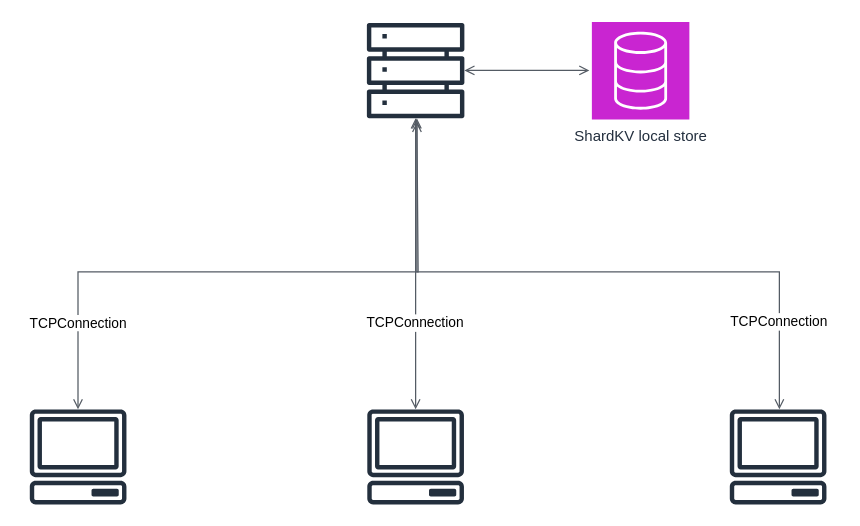
This is docs/Cluster Layout Diagram.drawio from blacknand/ShardKV, a draw.io file, before an edit. Source tidied: cells renumbered, new cells numbered last; positions are measured from the earlier drawing's top-left corner, leaving out a move shared by most shapes. Both pictures are drawn from the tidied source at 125%, with x=0, y=0 at pixel (29, 21).
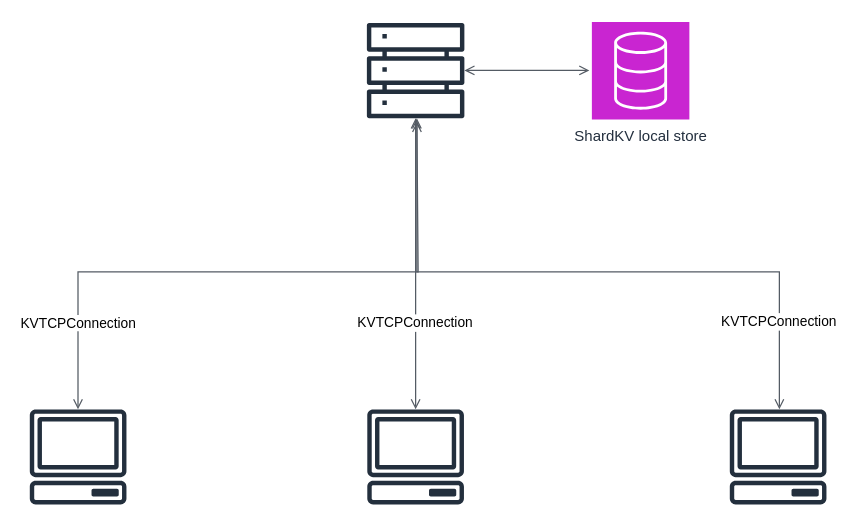
Above is the later version.

What changed in the source:
```diff
@@
 <mxGraphModel>
   <root>
     <mxCell id="0" />
     <mxCell id="1" parent="0" />
     <mxCell id="2" style="sketch=0;outlineConnect=0;fontColor=#232F3E;gradientColor=none;fillColor=#232F3D;strokeColor=none;dashed=0;verticalLabelPosition=bottom;verticalAlign=top;align=center;html=1;fontSize=12;fontStyle=0;shape=mxgraph.aws4.servers;" parent="1" vertex="1">
       <mxGeometry x="270" width="78" height="78" as="geometry" />
     </mxCell>
     <mxCell id="3" style="sketch=0;outlineConnect=0;fontColor=#232F3E;gradientColor=none;fillColor=#232F3D;strokeColor=none;dashed=0;verticalLabelPosition=bottom;verticalAlign=top;align=center;html=1;fontSize=12;fontStyle=0;shape=mxgraph.aws4.client;" parent="1" vertex="1">
       <mxGeometry x="270" y="310" width="78" height="76" as="geometry" />
     </mxCell>
     <mxCell id="4" style="sketch=0;outlineConnect=0;fontColor=#232F3E;gradientColor=none;fillColor=#232F3D;strokeColor=none;dashed=0;verticalLabelPosition=bottom;verticalAlign=top;align=center;html=1;fontSize=12;fontStyle=0;shape=mxgraph.aws4.client;" parent="1" vertex="1">
       <mxGeometry y="310" width="78" height="76" as="geometry" />
     </mxCell>
     <mxCell id="5" style="sketch=0;outlineConnect=0;fontColor=#232F3E;gradientColor=none;fillColor=#232F3D;strokeColor=none;dashed=0;verticalLabelPosition=bottom;verticalAlign=top;align=center;html=1;fontSize=12;fontStyle=0;shape=mxgraph.aws4.client;" parent="1" vertex="1">
       <mxGeometry x="560" y="310" width="78" height="76" as="geometry" />
     </mxCell>
-    <mxCell id="6" value="TCPConnection" style="edgeStyle=orthogonalEdgeStyle;htmDepartman barl=1;endArrow=open;elbow=vertical;startArrow=open;startFill=0;endFill=0;strokeColor=#545B64;rounded=0;" parent="1" edge="1" source="2" target="5">
+    <mxCell id="6" value="KVTCPConnection" style="edgeStyle=orthogonalEdgeStyle;htmDepartman barl=1;endArrow=open;elbow=vertical;startArrow=open;startFill=0;endFill=0;strokeColor=#545B64;rounded=0;" parent="1" edge="1" source="2" target="5">
       <mxGeometry x="0.73" relative="1" as="geometry">
         <Array as="points">
           <mxPoint x="310" y="200" />
           <mxPoint x="600" y="200" />
         </Array>
       </mxGeometry>
     </mxCell>
-    <mxCell id="7" value="TCPConnection" style="edgeStyle=orthogonalEdgeStyle;htmDepartman barl=1;endArrow=open;elbow=vertical;startArrow=open;startFill=0;endFill=0;strokeColor=#545B64;rounded=0;" parent="1" edge="1" source="3" target="2">
+    <mxCell id="7" value="KVTCPConnection" style="edgeStyle=orthogonalEdgeStyle;htmDepartman barl=1;endArrow=open;elbow=vertical;startArrow=open;startFill=0;endFill=0;strokeColor=#545B64;rounded=0;" parent="1" edge="1" source="3" target="2">
       <mxGeometry x="-0.4" relative="1" as="geometry">
         <Array as="points">
           <mxPoint x="309" y="250" />
           <mxPoint x="309" y="250" />
         </Array>
       </mxGeometry>
     </mxCell>
     <mxCell id="8" style="edgeStyle=orthogonalEdgeStyle;htmDepartman barl=1;endArrow=open;elbow=vertical;startArrow=open;startFill=0;endFill=0;strokeColor=#545B64;rounded=0;" parent="1" edge="1" source="4">
       <mxGeometry relative="1" as="geometry">
         <mxPoint x="310" y="80" as="targetPoint" />
         <Array as="points">
           <mxPoint x="39" y="200" />
           <mxPoint x="311" y="200" />
           <mxPoint x="311" y="80" />
         </Array>
       </mxGeometry>
     </mxCell>
-    <mxCell id="9" value="TCPConnection" style="edgeLabel;html=1;align=center;verticalAlign=middle;" parent="8" vertex="1">
+    <mxCell id="9" value="KVTCPConnection" style="edgeLabel;html=1;align=center;verticalAlign=middle;" parent="8" vertex="1">
       <mxGeometry x="-0.61" relative="1" as="geometry">
         <mxPoint y="28" as="offset" />
       </mxGeometry>
     </mxCell>
     <mxCell id="10" value="ShardKV local store" style="sketch=0;fontColor=#232F3E;fillColor=#C925D1;strokeColor=#ffffff;dashed=0;verticalLabelPosition=bottom;verticalAlign=top;align=center;html=1;fontSize=12;fontStyle=0;shape=mxgraph.aws4.resourceIcon;resIcon=mxgraph.aws4.database;" parent="1" vertex="1">
       <mxGeometry x="450" width="78" height="78" as="geometry" />
     </mxCell>
     <mxCell id="11" style="edgeStyle=orthogonalEdgeStyle;htmDepartman barl=1;endArrow=open;elbow=vertical;startArrow=open;startFill=0;endFill=0;strokeColor=#545B64;rounded=0;" parent="1" edge="1">
       <mxGeometry relative="1" as="geometry">
         <mxPoint x="348" y="38.8" as="sourcePoint" />
         <mxPoint x="448" y="38.8" as="targetPoint" />
       </mxGeometry>
     </mxCell>
   </root>
 </mxGraphModel>
```
